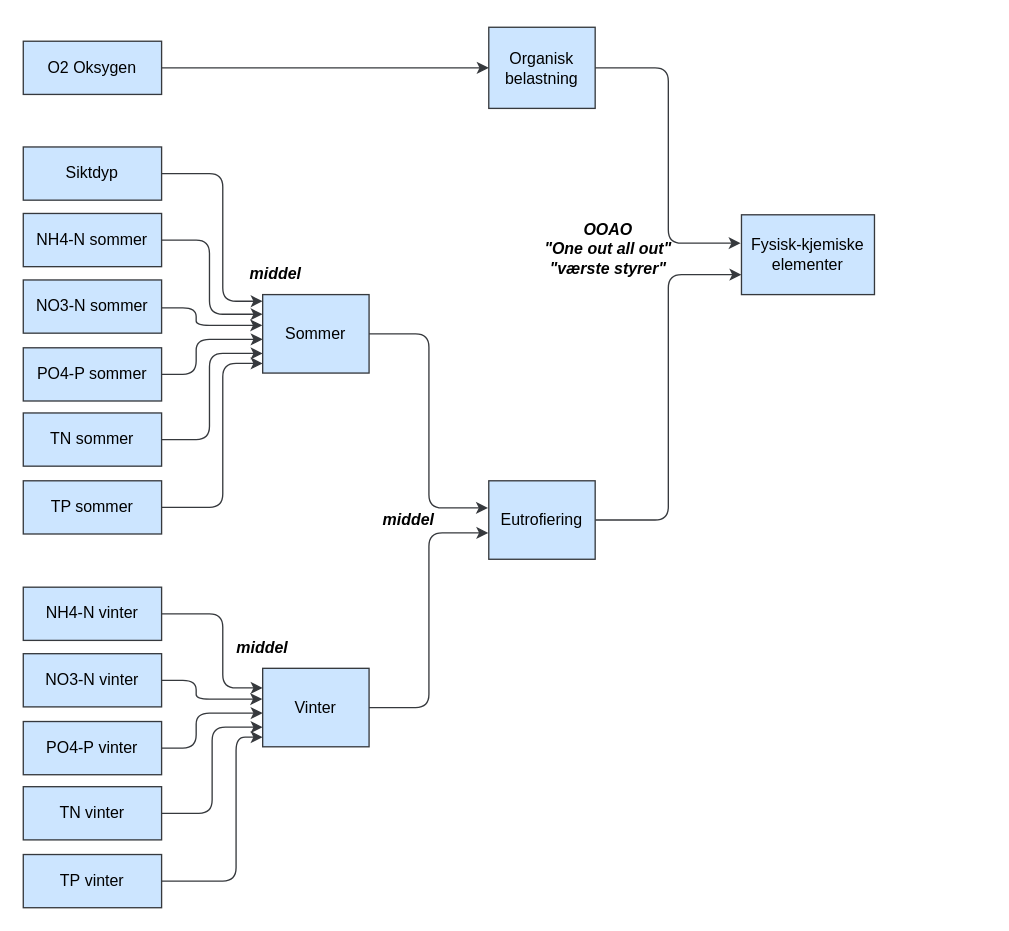
The draw.io diagram martini3.drawio in ciaran-dk/flowchart, before the edit. Source tidied: cells renumbered, new cells numbered last; positions are measured from the earlier drawing's top-left corner, leaving out a move shared by most shapes. Both pictures are drawn from the tidied source at 133%, with x=0, y=0 at pixel (23, 27).
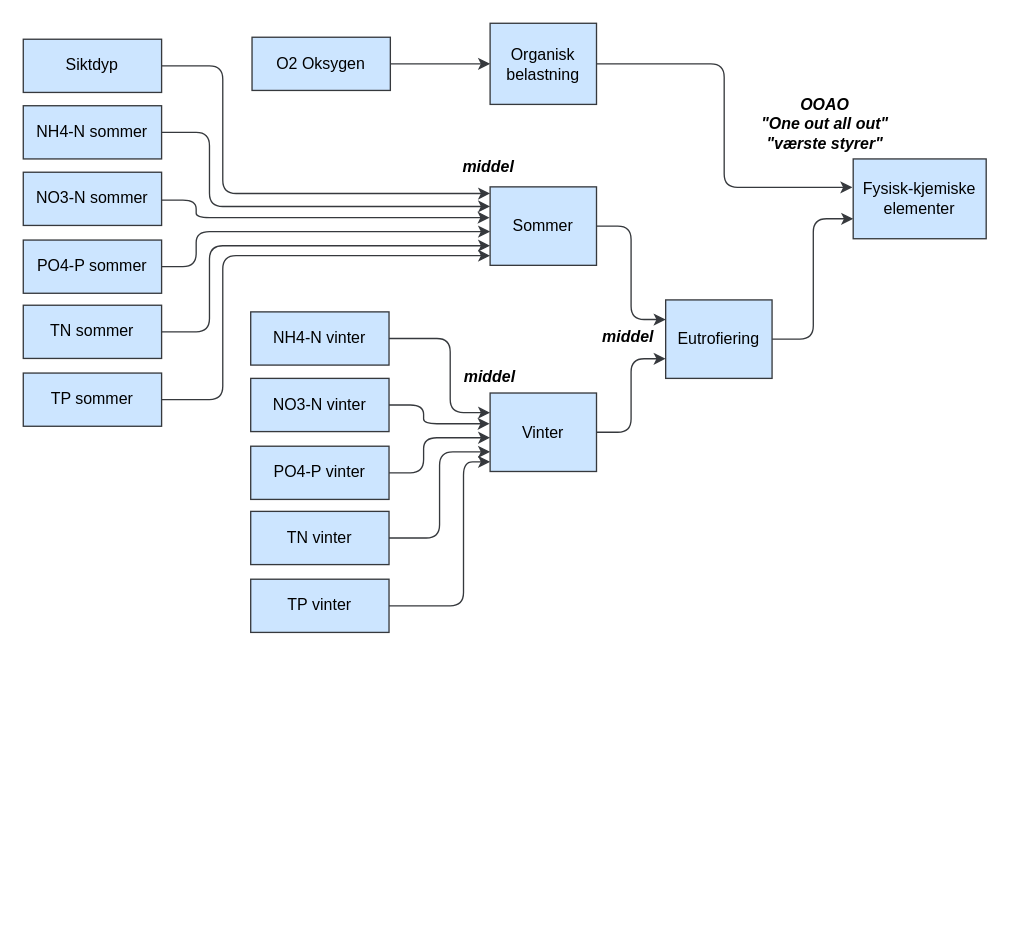
The same page after the edit.

Diff of the diagram source:
```diff
@@
     <mxCell id="2" value="Fysisk-kjemiske elementer" style="whiteSpace=wrap;html=1;labelBackgroundColor=none;fillColor=#cce5ff;strokeColor=#36393d;fontColor=#000000;" parent="1" vertex="1">
-      <mxGeometry x="540" y="141" width="100" height="60" as="geometry" />
+      <mxGeometry x="624" y="99" width="100" height="60" as="geometry" />
     </mxCell>
@@
     <mxCell id="4" value="Sommer" style="whiteSpace=wrap;html=1;labelBackgroundColor=none;fillColor=#cce5ff;strokeColor=#36393d;fontColor=#000000;" parent="1" vertex="1">
-      <mxGeometry x="180" y="201" width="80" height="59" as="geometry" />
+      <mxGeometry x="351" y="120" width="80" height="59" as="geometry" />
     </mxCell>
-    <mxCell id="5" style="edgeStyle=elbowEdgeStyle;elbow=horizontal;html=1;rounded=1;curved=0;sourcePerimeterSpacing=0;targetPerimeterSpacing=0;startSize=6;endSize=6;labelBackgroundColor=none;fontColor=#000000;fillColor=#cce5ff;strokeColor=#36393d;entryX=-0.007;entryY=0.346;entryDx=0;entryDy=0;entryPerimeter=0;" parent="1" edge="1" source="4" target="35">
+    <mxCell id="5" style="edgeStyle=elbowEdgeStyle;elbow=horizontal;html=1;rounded=1;curved=0;sourcePerimeterSpacing=0;targetPerimeterSpacing=0;startSize=6;endSize=6;labelBackgroundColor=none;fontColor=#000000;fillColor=#cce5ff;strokeColor=#36393d;entryX=0;entryY=0.25;entryDx=0;entryDy=0;" parent="1" edge="1" source="4" target="35">
       <mxGeometry relative="1" as="geometry" />
     </mxCell>
     <mxCell id="6" value="NH4-N sommer" style="whiteSpace=wrap;html=1;labelBackgroundColor=none;fillColor=#cce5ff;strokeColor=#36393d;fontColor=#000000;" parent="1" vertex="1">
-      <mxGeometry y="140" width="104" height="40" as="geometry" />
+      <mxGeometry y="59" width="104" height="40" as="geometry" />
     </mxCell>
     <mxCell id="7" style="edgeStyle=elbowEdgeStyle;elbow=horizontal;html=1;rounded=1;curved=0;sourcePerimeterSpacing=0;targetPerimeterSpacing=0;startSize=6;endSize=6;labelBackgroundColor=none;fontColor=#000000;fillColor=#cce5ff;strokeColor=#36393d;entryX=0;entryY=0.25;entryDx=0;entryDy=0;" parent="1" edge="1" source="6" target="4">
       <mxGeometry relative="1" as="geometry">
         <Array as="points">
-          <mxPoint x="140" y="181" />
+          <mxPoint x="140" y="100" />
         </Array>
       </mxGeometry>
     </mxCell>
     <mxCell id="8" value="Siktdyp" style="whiteSpace=wrap;html=1;labelBackgroundColor=none;fillColor=#cce5ff;strokeColor=#36393d;fontColor=#000000;" parent="1" vertex="1">
-      <mxGeometry y="90" width="104" height="40" as="geometry" />
+      <mxGeometry y="9" width="104" height="40" as="geometry" />
     </mxCell>
     <mxCell id="9" style="edgeStyle=elbowEdgeStyle;elbow=horizontal;html=1;rounded=1;curved=0;sourcePerimeterSpacing=0;targetPerimeterSpacing=0;startSize=6;endSize=6;entryX=0;entryY=0.085;entryDx=0;entryDy=0;labelBackgroundColor=none;fontColor=#000000;fillColor=#cce5ff;strokeColor=#36393d;entryPerimeter=0;" parent="1" edge="1" source="8" target="4">
       <mxGeometry relative="1" as="geometry">
         <Array as="points">
-          <mxPoint x="150" y="161" />
+          <mxPoint x="150" y="80" />
         </Array>
       </mxGeometry>
     </mxCell>
     <mxCell id="10" value="&lt;div&gt;Organisk&lt;/div&gt;&lt;div&gt;belastning&lt;/div&gt;" style="whiteSpace=wrap;html=1;labelBackgroundColor=none;fillColor=#cce5ff;strokeColor=#36393d;fontColor=#000000;" parent="1" vertex="1">
-      <mxGeometry x="350" width="80" height="61" as="geometry" />
+      <mxGeometry x="351" y="-3" width="80" height="61" as="geometry" />
     </mxCell>
@@
     <mxCell id="12" value="O2 Oksygen" style="whiteSpace=wrap;html=1;labelBackgroundColor=none;fillColor=#cce5ff;strokeColor=#36393d;fontColor=#000000;" parent="1" vertex="1">
-      <mxGeometry y="10.5" width="104" height="40" as="geometry" />
+      <mxGeometry x="172" y="7.5" width="104" height="40" as="geometry" />
     </mxCell>
@@
     <mxCell id="14" value="NO3-N sommer" style="whiteSpace=wrap;html=1;labelBackgroundColor=none;fillColor=#cce5ff;strokeColor=#36393d;fontColor=#000000;" parent="1" vertex="1">
-      <mxGeometry y="190" width="104" height="40" as="geometry" />
+      <mxGeometry y="109" width="104" height="40" as="geometry" />
     </mxCell>
     <mxCell id="15" style="edgeStyle=elbowEdgeStyle;elbow=horizontal;html=1;rounded=1;curved=0;sourcePerimeterSpacing=0;targetPerimeterSpacing=0;startSize=6;endSize=6;entryX=-0.004;entryY=0.392;entryDx=0;entryDy=0;labelBackgroundColor=none;fontColor=#000000;fillColor=#cce5ff;strokeColor=#36393d;entryPerimeter=0;" parent="1" edge="1" source="14" target="4">
       <mxGeometry relative="1" as="geometry">
         <Array as="points">
-          <mxPoint x="130" y="211" />
+          <mxPoint x="130" y="130" />
         </Array>
       </mxGeometry>
     </mxCell>
     <mxCell id="16" value="&lt;div&gt;OOAO&lt;/div&gt;&lt;div&gt;&quot;One out all out&quot;&lt;/div&gt;&lt;div&gt;&quot;værste styrer&quot;&lt;/div&gt;" style="text;html=1;align=center;verticalAlign=middle;whiteSpace=wrap;rounded=0;fontColor=#000000;fontStyle=3;" parent="1" vertex="1">
-      <mxGeometry x="370" y="152" width="140" height="30" as="geometry" />
+      <mxGeometry x="533" y="58" width="140" height="30" as="geometry" />
     </mxCell>
     <mxCell id="17" style="edgeStyle=elbowEdgeStyle;elbow=horizontal;html=1;rounded=1;curved=0;sourcePerimeterSpacing=0;targetPerimeterSpacing=0;startSize=6;endSize=6;entryX=0;entryY=0.57;entryDx=0;entryDy=0;labelBackgroundColor=none;fontColor=#000000;fillColor=#cce5ff;strokeColor=#36393d;entryPerimeter=0;" parent="1" edge="1" target="4">
       <mxGeometry relative="1" as="geometry">
-        <mxPoint x="104" y="261" as="sourcePoint" />
+        <mxPoint x="104" y="180" as="sourcePoint" />
         <Array as="points">
-          <mxPoint x="130" y="251" />
+          <mxPoint x="130" y="170" />
         </Array>
       </mxGeometry>
     </mxCell>
     <mxCell id="18" value="PO4-P sommer" style="whiteSpace=wrap;html=1;labelBackgroundColor=none;fillColor=#cce5ff;strokeColor=#36393d;fontColor=#000000;" parent="1" vertex="1">
-      <mxGeometry y="241" width="104" height="40" as="geometry" />
+      <mxGeometry y="160" width="104" height="40" as="geometry" />
     </mxCell>
     <mxCell id="19" value="TN sommer" style="whiteSpace=wrap;html=1;labelBackgroundColor=none;fillColor=#cce5ff;strokeColor=#36393d;fontColor=#000000;" parent="1" vertex="1">
-      <mxGeometry y="290" width="104" height="40" as="geometry" />
+      <mxGeometry y="209" width="104" height="40" as="geometry" />
     </mxCell>
     <mxCell id="20" style="edgeStyle=elbowEdgeStyle;elbow=horizontal;html=1;rounded=1;curved=0;sourcePerimeterSpacing=0;targetPerimeterSpacing=0;startSize=6;endSize=6;entryX=0;entryY=0.75;entryDx=0;entryDy=0;labelBackgroundColor=none;fontColor=#000000;fillColor=#cce5ff;strokeColor=#36393d;" parent="1" edge="1" target="4">
       <mxGeometry relative="1" as="geometry">
-        <mxPoint x="104" y="310" as="sourcePoint" />
+        <mxPoint x="104" y="229" as="sourcePoint" />
         <Array as="points">
-          <mxPoint x="140" y="281" />
+          <mxPoint x="140" y="200" />
         </Array>
       </mxGeometry>
     </mxCell>
     <mxCell id="21" value="TP sommer" style="whiteSpace=wrap;html=1;labelBackgroundColor=none;fillColor=#cce5ff;strokeColor=#36393d;fontColor=#000000;" parent="1" vertex="1">
-      <mxGeometry y="341" width="104" height="40" as="geometry" />
+      <mxGeometry y="260" width="104" height="40" as="geometry" />
     </mxCell>
     <mxCell id="22" style="edgeStyle=elbowEdgeStyle;elbow=horizontal;html=1;rounded=1;curved=0;sourcePerimeterSpacing=0;targetPerimeterSpacing=0;startSize=6;endSize=6;entryX=0;entryY=0.877;entryDx=0;entryDy=0;labelBackgroundColor=none;fontColor=#000000;fillColor=#cce5ff;strokeColor=#36393d;entryPerimeter=0;" parent="1" edge="1" source="21" target="4">
       <mxGeometry relative="1" as="geometry">
         <Array as="points">
-          <mxPoint x="150" y="311" />
+          <mxPoint x="150" y="230" />
         </Array>
       </mxGeometry>
     </mxCell>
     <mxCell id="23" value="&lt;div&gt;Vinter&lt;/div&gt;" style="whiteSpace=wrap;html=1;labelBackgroundColor=none;fillColor=#cce5ff;strokeColor=#36393d;fontColor=#000000;" parent="1" vertex="1">
-      <mxGeometry x="180" y="482" width="80" height="59" as="geometry" />
+      <mxGeometry x="351" y="275" width="80" height="59" as="geometry" />
     </mxCell>
-    <mxCell id="24" style="edgeStyle=elbowEdgeStyle;elbow=horizontal;html=1;rounded=1;curved=0;sourcePerimeterSpacing=0;targetPerimeterSpacing=0;startSize=6;endSize=6;labelBackgroundColor=none;fontColor=#000000;fillColor=#cce5ff;strokeColor=#36393d;entryX=-0.004;entryY=0.664;entryDx=0;entryDy=0;entryPerimeter=0;" parent="1" edge="1" source="23" target="35">
+    <mxCell id="24" style="edgeStyle=elbowEdgeStyle;elbow=horizontal;html=1;rounded=1;curved=0;sourcePerimeterSpacing=0;targetPerimeterSpacing=0;startSize=6;endSize=6;labelBackgroundColor=none;fontColor=#000000;fillColor=#cce5ff;strokeColor=#36393d;entryX=0;entryY=0.75;entryDx=0;entryDy=0;" parent="1" edge="1" source="23" target="35">
       <mxGeometry relative="1" as="geometry" />
     </mxCell>
     <mxCell id="25" value="NH4-N vinter" style="whiteSpace=wrap;html=1;labelBackgroundColor=none;fillColor=#cce5ff;strokeColor=#36393d;fontColor=#000000;" parent="1" vertex="1">
-      <mxGeometry y="421" width="104" height="40" as="geometry" />
+      <mxGeometry x="171" y="214" width="104" height="40" as="geometry" />
     </mxCell>
     <mxCell id="26" style="edgeStyle=elbowEdgeStyle;elbow=horizontal;html=1;rounded=1;curved=0;sourcePerimeterSpacing=0;targetPerimeterSpacing=0;startSize=6;endSize=6;labelBackgroundColor=none;fontColor=#000000;fillColor=#cce5ff;strokeColor=#36393d;entryX=0;entryY=0.25;entryDx=0;entryDy=0;" parent="1" edge="1" source="25" target="23">
       <mxGeometry relative="1" as="geometry">
         <Array as="points">
-          <mxPoint x="150" y="471" />
+          <mxPoint x="321" y="264" />
         </Array>
       </mxGeometry>
     </mxCell>
     <mxCell id="27" value="NO3-N&amp;nbsp;vinter" style="whiteSpace=wrap;html=1;labelBackgroundColor=none;fillColor=#cce5ff;strokeColor=#36393d;fontColor=#000000;" parent="1" vertex="1">
-      <mxGeometry y="471" width="104" height="40" as="geometry" />
+      <mxGeometry x="171" y="264" width="104" height="40" as="geometry" />
     </mxCell>
     <mxCell id="28" style="edgeStyle=elbowEdgeStyle;elbow=horizontal;html=1;rounded=1;curved=0;sourcePerimeterSpacing=0;targetPerimeterSpacing=0;startSize=6;endSize=6;entryX=-0.004;entryY=0.392;entryDx=0;entryDy=0;labelBackgroundColor=none;fontColor=#000000;fillColor=#cce5ff;strokeColor=#36393d;entryPerimeter=0;" parent="1" edge="1" source="27" target="23">
       <mxGeometry relative="1" as="geometry">
         <Array as="points">
-          <mxPoint x="130" y="491" />
+          <mxPoint x="301" y="284" />
         </Array>
       </mxGeometry>
     </mxCell>
     <mxCell id="29" style="edgeStyle=elbowEdgeStyle;elbow=horizontal;html=1;rounded=1;curved=0;sourcePerimeterSpacing=0;targetPerimeterSpacing=0;startSize=6;endSize=6;entryX=0;entryY=0.57;entryDx=0;entryDy=0;labelBackgroundColor=none;fontColor=#000000;fillColor=#cce5ff;strokeColor=#36393d;entryPerimeter=0;" parent="1" edge="1" target="23">
       <mxGeometry relative="1" as="geometry">
-        <mxPoint x="104" y="542" as="sourcePoint" />
+        <mxPoint x="275" y="335" as="sourcePoint" />
         <Array as="points">
-          <mxPoint x="130" y="531" />
+          <mxPoint x="301" y="324" />
         </Array>
       </mxGeometry>
     </mxCell>
     <mxCell id="30" value="PO4-P&amp;nbsp;vinter" style="whiteSpace=wrap;html=1;labelBackgroundColor=none;fillColor=#cce5ff;strokeColor=#36393d;fontColor=#000000;" parent="1" vertex="1">
-      <mxGeometry y="522" width="104" height="40" as="geometry" />
+      <mxGeometry x="171" y="315" width="104" height="40" as="geometry" />
     </mxCell>
     <mxCell id="31" value="TN&amp;nbsp;vinter" style="whiteSpace=wrap;html=1;labelBackgroundColor=none;fillColor=#cce5ff;strokeColor=#36393d;fontColor=#000000;" parent="1" vertex="1">
-      <mxGeometry y="571" width="104" height="40" as="geometry" />
+      <mxGeometry x="171" y="364" width="104" height="40" as="geometry" />
     </mxCell>
     <mxCell id="32" style="edgeStyle=elbowEdgeStyle;elbow=horizontal;html=1;rounded=1;curved=0;sourcePerimeterSpacing=0;targetPerimeterSpacing=0;startSize=6;endSize=6;entryX=0;entryY=0.75;entryDx=0;entryDy=0;labelBackgroundColor=none;fontColor=#000000;fillColor=#cce5ff;strokeColor=#36393d;" parent="1" edge="1" target="23">
       <mxGeometry relative="1" as="geometry">
-        <mxPoint x="104" y="591" as="sourcePoint" />
+        <mxPoint x="275" y="384" as="sourcePoint" />
       </mxGeometry>
     </mxCell>
     <mxCell id="33" value="TP&amp;nbsp;vinter" style="whiteSpace=wrap;html=1;labelBackgroundColor=none;fillColor=#cce5ff;strokeColor=#36393d;fontColor=#000000;" parent="1" vertex="1">
-      <mxGeometry y="622" width="104" height="40" as="geometry" />
+      <mxGeometry x="171" y="415" width="104" height="40" as="geometry" />
     </mxCell>
     <mxCell id="34" style="edgeStyle=elbowEdgeStyle;elbow=horizontal;html=1;rounded=1;curved=0;sourcePerimeterSpacing=0;targetPerimeterSpacing=0;startSize=6;endSize=6;entryX=0;entryY=0.877;entryDx=0;entryDy=0;labelBackgroundColor=none;fontColor=#000000;fillColor=#cce5ff;strokeColor=#36393d;entryPerimeter=0;" parent="1" edge="1" source="33" target="23">
       <mxGeometry relative="1" as="geometry">
         <Array as="points">
-          <mxPoint x="160" y="591" />
+          <mxPoint x="331" y="384" />
         </Array>
       </mxGeometry>
     </mxCell>
     <mxCell id="35" value="Eutrofiering" style="whiteSpace=wrap;html=1;labelBackgroundColor=none;fillColor=#cce5ff;strokeColor=#36393d;fontColor=#000000;" parent="1" vertex="1">
-      <mxGeometry x="350" y="341" width="80" height="59" as="geometry" />
+      <mxGeometry x="483" y="205" width="80" height="59" as="geometry" />
     </mxCell>
     <mxCell id="36" value="middel" style="text;html=1;align=center;verticalAlign=middle;whiteSpace=wrap;rounded=0;fontColor=#000000;fontStyle=3;" parent="1" vertex="1">
-      <mxGeometry x="260" y="355.5" width="60" height="30" as="geometry" />
+      <mxGeometry x="425" y="218" width="60" height="30" as="geometry" />
     </mxCell>
     <mxCell id="37" value="middel" style="text;html=1;align=center;verticalAlign=middle;whiteSpace=wrap;rounded=0;fontColor=#000000;fontStyle=3;" parent="1" vertex="1">
-      <mxGeometry x="150" y="452" width="60" height="30" as="geometry" />
+      <mxGeometry x="321" y="248" width="60" height="30" as="geometry" />
     </mxCell>
     <mxCell id="38" value="middel" style="text;html=1;align=center;verticalAlign=middle;whiteSpace=wrap;rounded=0;fontColor=#000000;fontStyle=3;" parent="1" vertex="1">
-      <mxGeometry x="160" y="171" width="60" height="30" as="geometry" />
+      <mxGeometry x="320" y="90" width="60" height="30" as="geometry" />
     </mxCell>
```
